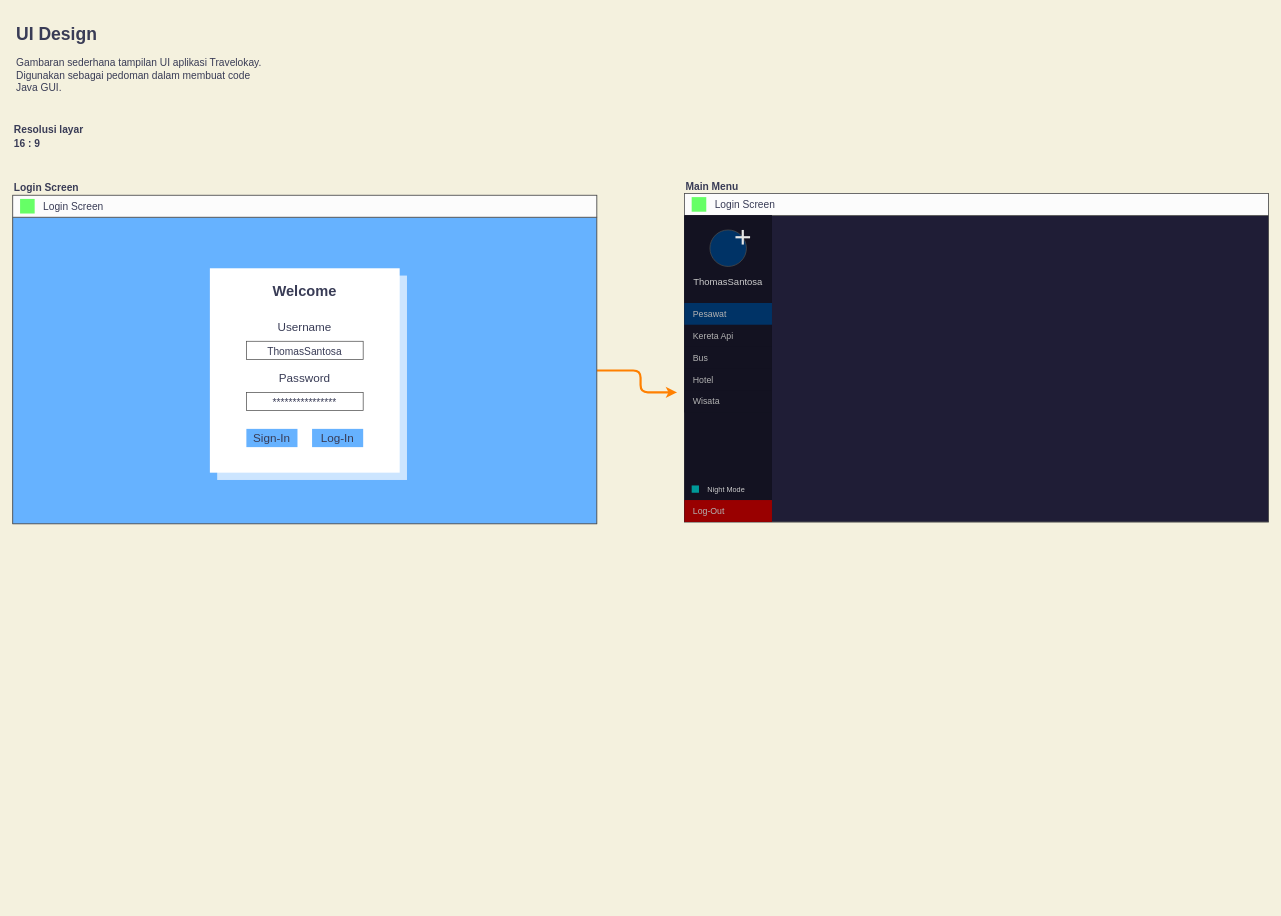
Above: src/info/UIDesign.drawio in Thomassantosa/TubesPBO (draw.io), before the change. Source tidied: cells renumbered, new cells numbered last; positions are measured from the earlier drawing's top-left corner, leaving out a move shared by most shapes. Both pictures are drawn from the tidied source at 73%, with x=0, y=0 at pixel (12, 20).
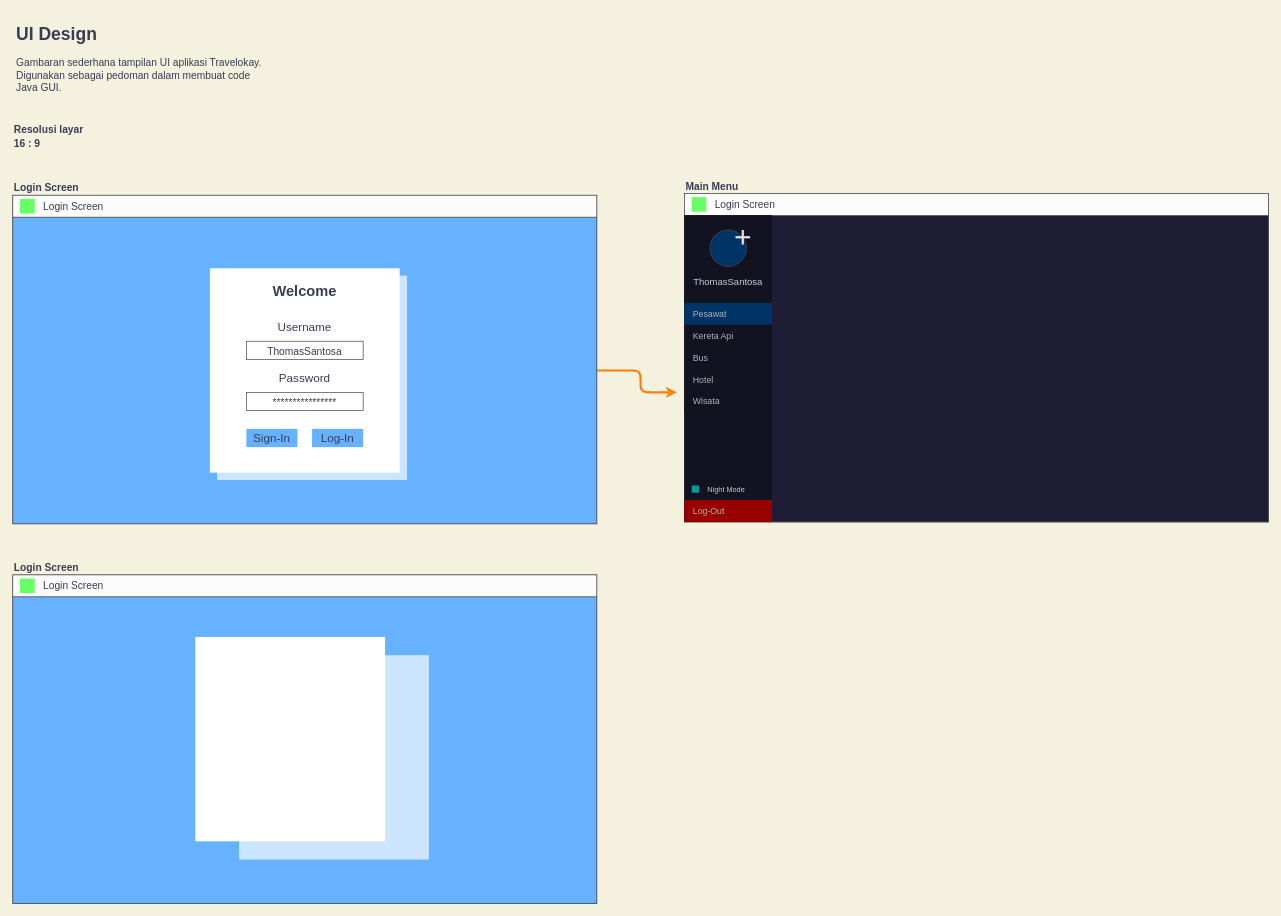
Above is the later version.

Diff of the diagram source:
```diff
@@
+    <mxCell id="42" style="rounded=0;whiteSpace=wrap;html=1;sketch=0;fontColor=#393C56;fillColor=#FCFCFC;strokeColor=#4D4D4D;" parent="1" vertex="1">
+      <mxGeometry y="760" width="800" height="450" as="geometry" />
+    </mxCell>
+    <mxCell id="43" style="rounded=0;whiteSpace=wrap;html=1;sketch=0;fontSize=14;strokeColor=#4D4D4D;align=left;fillColor=#66B2FF;fontColor=#393C56;" parent="1" vertex="1">
+      <mxGeometry y="790" width="800" height="420" as="geometry" />
+    </mxCell>
+    <mxCell id="44" style="rounded=0;whiteSpace=wrap;html=1;sketch=0;fontSize=14;fontColor=#393C56;align=left;strokeColor=none;fillColor=#CCE5FF;" parent="1" vertex="1">
+      <mxGeometry x="310" y="870" width="260" height="280" as="geometry" />
+    </mxCell>
+    <mxCell id="45" value="Login Screen" style="text;html=1;strokeColor=none;fillColor=none;align=left;verticalAlign=middle;whiteSpace=wrap;rounded=0;sketch=0;fontColor=#393C56;fontSize=14;fontStyle=1;" parent="1" vertex="1">
+      <mxGeometry y="740" width="100" height="20" as="geometry" />
+    </mxCell>
+    <mxCell id="46" style="rounded=0;whiteSpace=wrap;html=1;sketch=0;fontColor=#393C56;fillColor=#FCFCFC;strokeColor=#4D4D4D;" parent="1" vertex="1">
+      <mxGeometry y="760" width="800" height="30" as="geometry" />
+    </mxCell>
+    <mxCell id="47" style="rounded=0;whiteSpace=wrap;html=1;sketch=0;fontSize=14;fontColor=#393C56;align=left;fillColor=#FFFFFF;strokeColor=none;" parent="1" vertex="1">
+      <mxGeometry x="250" y="845" width="260" height="280" as="geometry" />
+    </mxCell>
+    <mxCell id="48" style="rounded=0;whiteSpace=wrap;html=1;sketch=0;fontFamily=Helvetica;fontSize=16;fontColor=#393C56;align=left;fillColor=#66FF66;strokeColor=none;" parent="1" vertex="1">
+      <mxGeometry x="10" y="765" width="20" height="20" as="geometry" />
+    </mxCell>
+    <mxCell id="49" value="Login Screen" style="text;html=1;strokeColor=none;fillColor=none;align=left;verticalAlign=middle;whiteSpace=wrap;rounded=0;sketch=0;fontFamily=Helvetica;fontSize=14;fontColor=#393C56;" parent="1" vertex="1">
+      <mxGeometry x="40" y="765" width="100" height="20" as="geometry" />
+    </mxCell>
```
